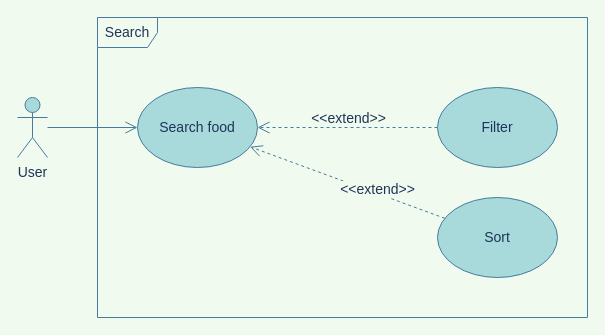
Above: requirements/use cases/search.drawio in thanhtoan1742/OWCA_POS (draw.io), before the change. Source tidied: cells renumbered, new cells numbered last; positions are measured from the earlier drawing's top-left corner, leaving out a move shared by most shapes. Both pictures are drawn from the tidied source at 100%, with x=0, y=0 at pixel (17, 17).
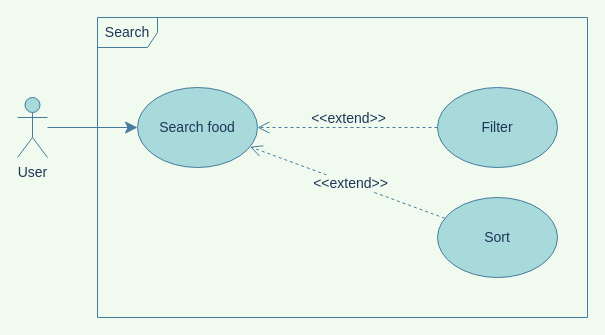
The same diagram, later.

Change to the diagram source:
```diff
@@
 <mxGraphModel background="#F1FAEE">
   <root>
     <mxCell id="0" />
     <mxCell id="1" parent="0" />
     <mxCell id="2" value="Search" style="shape=umlFrame;whiteSpace=wrap;html=1;fontSize=14;fillColor=none;strokeColor=#457B9D;fontColor=#1D3557;" parent="1" vertex="1">
       <mxGeometry x="80" width="490" height="300" as="geometry" />
     </mxCell>
-    <mxCell id="3" style="edgeStyle=none;rounded=0;jettySize=auto;html=1;entryX=0;entryY=0.5;entryDx=0;entryDy=0;fontSize=14;endArrow=open;endFill=0;labelBackgroundColor=#F1FAEE;strokeColor=#457B9D;fontColor=#1D3557;strokeWidth=1;endSize=10;" parent="1" edge="1" target="5">
+    <mxCell id="3" style="edgeStyle=none;rounded=0;jettySize=auto;html=1;fontSize=14;endArrow=classic;endFill=1;labelBackgroundColor=#F1FAEE;strokeColor=#457B9D;fontColor=#1D3557;strokeWidth=1;endSize=10;" parent="1" edge="1" target="5">
       <mxGeometry relative="1" as="geometry">
         <mxPoint x="30" y="110" as="sourcePoint" />
       </mxGeometry>
     </mxCell>
     <mxCell id="4" value="User" style="shape=umlActor;verticalLabelPosition=bottom;verticalAlign=top;html=1;fontSize=14;fillColor=#A8DADC;strokeColor=#457B9D;fontColor=#1D3557;" parent="1" vertex="1">
       <mxGeometry y="80" width="30" height="60" as="geometry" />
     </mxCell>
     <mxCell id="5" value="Search food" style="ellipse;whiteSpace=wrap;html=1;fontSize=14;fillColor=#A8DADC;strokeColor=#457B9D;fontColor=#1D3557;" parent="1" vertex="1">
       <mxGeometry x="120" y="70" width="120" height="80" as="geometry" />
     </mxCell>
-    <mxCell id="6" style="edgeStyle=orthogonalEdgeStyle;rounded=0;jettySize=auto;html=1;entryX=1;entryY=0.5;entryDx=0;entryDy=0;fontSize=14;dashed=1;endArrow=open;endFill=0;labelBackgroundColor=#F1FAEE;strokeColor=#457B9D;fontColor=#1D3557;endSize=10;" parent="1" edge="1" source="8" target="5">
+    <mxCell id="6" style="edgeStyle=orthogonalEdgeStyle;rounded=0;jettySize=auto;html=1;fontSize=14;dashed=1;endArrow=open;endFill=0;labelBackgroundColor=#F1FAEE;strokeColor=#457B9D;fontColor=#1D3557;endSize=10;" parent="1" edge="1" source="8" target="5">
       <mxGeometry relative="1" as="geometry" />
     </mxCell>
     <mxCell id="7" value="&amp;lt;&amp;lt;extend&amp;gt;&amp;gt;" style="edgeLabel;html=1;align=center;verticalAlign=middle;fontSize=14;labelBackgroundColor=#F1FAEE;fontColor=#1D3557;" parent="6" vertex="1">
       <mxGeometry x="-0.22" y="-3" relative="1" as="geometry">
         <mxPoint x="-20" y="-7" as="offset" />
       </mxGeometry>
     </mxCell>
     <mxCell id="8" value="Filter" style="ellipse;whiteSpace=wrap;html=1;fontSize=14;fillColor=#A8DADC;strokeColor=#457B9D;fontColor=#1D3557;" parent="1" vertex="1">
       <mxGeometry x="420" y="70" width="120" height="80" as="geometry" />
     </mxCell>
-    <mxCell id="9" style="rounded=0;jettySize=auto;html=1;dashed=1;fontSize=14;endArrow=open;endFill=0;labelBackgroundColor=#F1FAEE;strokeColor=#457B9D;fontColor=#1D3557;endSize=10;" parent="1" edge="1" source="11" target="5">
-      <mxGeometry relative="1" as="geometry" />
+    <mxCell id="9" value="&amp;lt;&amp;lt;extend&amp;gt;&amp;gt;" style="rounded=0;jettySize=auto;html=1;dashed=1;fontSize=14;endArrow=open;endFill=0;labelBackgroundColor=#F1FAEE;strokeColor=#457B9D;fontColor=#1D3557;endSize=10;" parent="1" edge="1" source="11" target="5">
+      <mxGeometry x="-0.03" relative="1" as="geometry" />
     </mxCell>
-    <mxCell id="10" value="&amp;lt;&amp;lt;extend&amp;gt;&amp;gt;" style="edgeLabel;html=1;align=center;verticalAlign=middle;fontSize=14;labelBackgroundColor=#F1FAEE;fontColor=#1D3557;" parent="9" vertex="1">
-      <mxGeometry x="-0.13" y="-1" relative="1" as="geometry">
-        <mxPoint x="16" y="3" as="offset" />
-      </mxGeometry>
-    </mxCell>
     <mxCell id="11" value="Sort" style="ellipse;whiteSpace=wrap;html=1;fontSize=14;fillColor=#A8DADC;strokeColor=#457B9D;fontColor=#1D3557;" parent="1" vertex="1">
       <mxGeometry x="420" y="180" width="120" height="80" as="geometry" />
     </mxCell>
   </root>
 </mxGraphModel>
```
